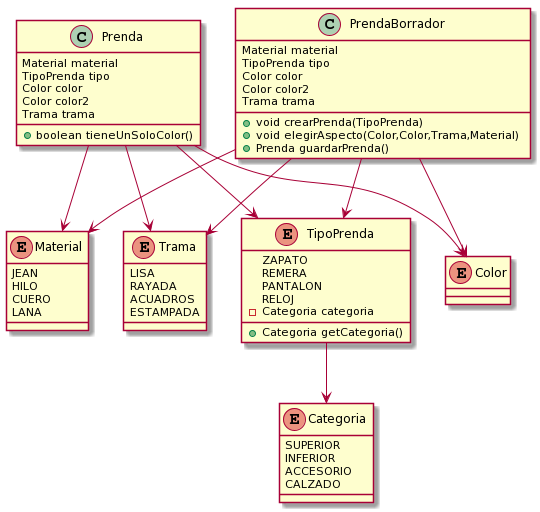
Above: QueMePongo2.png in agustinmonti/DDS-QMP (PlantUML), before the change.
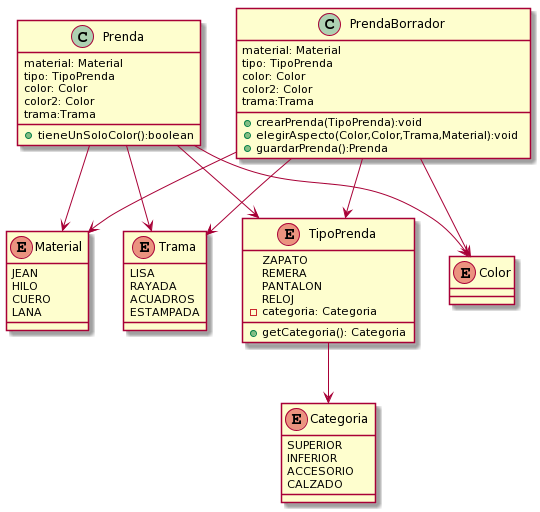
Later version of the same file.

Commit message:
Correccion del Diagrama

What changed in the source:
```diff
@@ -18,22 +18,22 @@
 TipoPrenda --> Categoria
 
 class Prenda{
-  Material material
-  TipoPrenda tipo
-  Color color
-  Color color2
-  Trama trama
-  +boolean tieneUnSoloColor()
+  material: Material
+  tipo: TipoPrenda
+  color: Color
+  color2: Color
+  trama:Trama
+  +tieneUnSoloColor():boolean
 }
 class PrendaBorrador{
-  Material material
-  TipoPrenda tipo
-  Color color
-  Color color2
-  Trama trama
-  +void crearPrenda(TipoPrenda)
-  +void elegirAspecto(Color,Color,Trama,Material)
-  +Prenda guardarPrenda()
+  material: Material
+  tipo: TipoPrenda
+  color: Color
+  color2: Color
+  trama:Trama
+  +crearPrenda(TipoPrenda):void
+  +elegirAspecto(Color,Color,Trama,Material):void
+  +guardarPrenda():Prenda
 }
 enum Material {
   JEAN
@@ -46,8 +46,8 @@
   REMERA
   PANTALON
   RELOJ
-  -Categoria categoria
-  +Categoria getCategoria()
+  -categoria: Categoria
+  +getCategoria(): Categoria
 }
 enum Categoria{
   SUPERIOR
```
